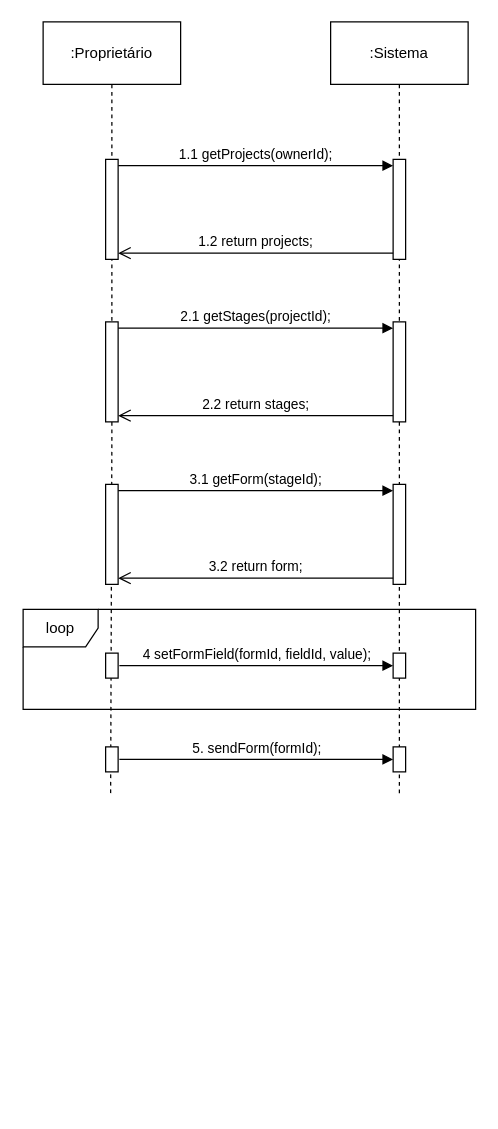
Above: Trabalho final/5 - DSS/3 - Responder formulário.drawio in ViniciusKurek/CalculadoraAPS (draw.io), before the change. Source tidied: cells renumbered, new cells numbered last; positions are measured from the earlier drawing's top-left corner, leaving out a move shared by most shapes. Both pictures are drawn from the tidied source at 125%, with x=0, y=0 at pixel (22, 21).
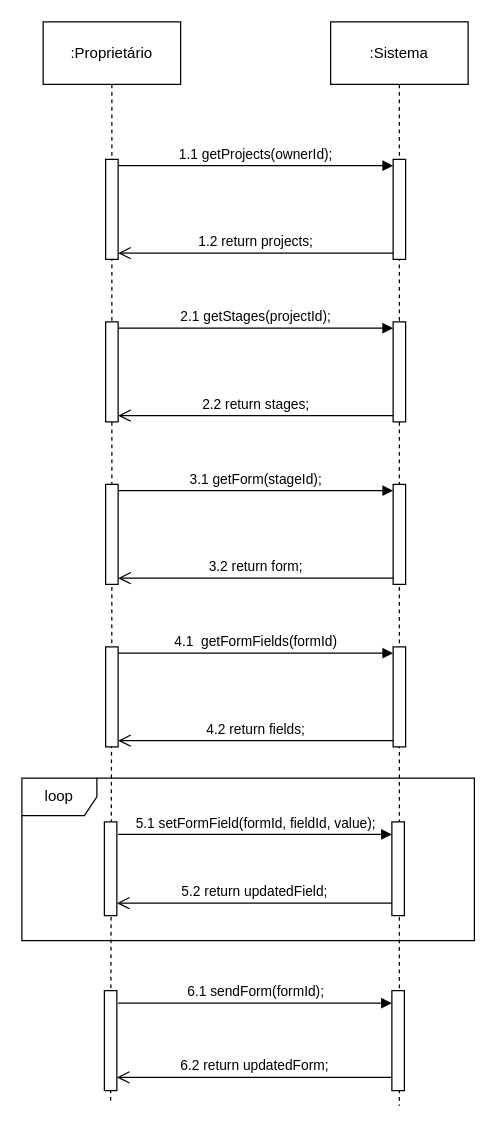
After the change.

Unchanged cells that the change refers to:
```xml
<mxCell id="3" value=":Proprietário" style="html=1;whiteSpace=wrap;" parent="1" vertex="1">
  <mxGeometry x="16" width="110" height="50" as="geometry" />
</mxCell>
<mxCell id="5" value=":Sistema" style="html=1;whiteSpace=wrap;" parent="1" vertex="1">
  <mxGeometry x="246" width="110" height="50" as="geometry" />
</mxCell>
```

What changed in the source:
```diff
@@
     <mxCell id="2" style="edgeStyle=orthogonalEdgeStyle;rounded=0;jettySize=auto;html=1;endArrow=none;endFill=0;dashed=1;" parent="1" edge="1" source="3">
       <mxGeometry relative="1" as="geometry">
-        <mxPoint x="70" y="620" as="targetPoint" />
+        <mxPoint x="70" y="865" as="targetPoint" />
       </mxGeometry>
     </mxCell>
@@
     <mxCell id="4" style="edgeStyle=orthogonalEdgeStyle;rounded=0;jettySize=auto;html=1;dashed=1;endArrow=none;endFill=0;" parent="1" edge="1" source="5">
       <mxGeometry relative="1" as="geometry">
-        <mxPoint x="301" y="620" as="targetPoint" />
+        <mxPoint x="301" y="867" as="targetPoint" />
       </mxGeometry>
     </mxCell>
@@
     <mxCell id="18" style="html=1;points=[[0,0,0,0,5],[0,1,0,0,-5],[1,0,0,0,5],[1,1,0,0,-5]];perimeter=orthogonalPerimeter;outlineConnect=0;targetShapes=umlLifeline;portConstraint=eastwest;newEdgeStyle={&quot;curved&quot;:0,&quot;rounded&quot;:0};" parent="1" vertex="1">
-      <mxGeometry x="296" y="505" width="10" height="20" as="geometry" />
+      <mxGeometry x="295" y="640" width="10" height="75" as="geometry" />
     </mxCell>
-    <mxCell id="19" value="4 setFormField(formId, fieldId, value);" style="html=1;verticalAlign=bottom;endArrow=block;curved=0;rounded=0;" parent="1" edge="1" target="18">
+    <mxCell id="19" value="5.1 setFormField(formId, fieldId, value);" style="html=1;verticalAlign=bottom;endArrow=block;curved=0;rounded=0;" parent="1" edge="1" target="18">
       <mxGeometry relative="1" as="geometry">
-        <mxPoint x="77" y="515" as="sourcePoint" />
+        <mxPoint x="76" y="650" as="sourcePoint" />
       </mxGeometry>
     </mxCell>
     <mxCell id="20" style="html=1;perimeter=orthogonalPerimeter;targetShapes=umlLifeline;newEdgeStyle={&quot;curved&quot;:0,&quot;rounded&quot;:0};" parent="1" vertex="1">
-      <mxGeometry x="66" y="505" width="10" height="20" as="geometry" />
+      <mxGeometry x="65" y="640" width="10" height="75" as="geometry" />
     </mxCell>
     <mxCell id="21" value="loop" style="shape=umlFrame;whiteSpace=wrap;html=1;" parent="1" vertex="1">
-      <mxGeometry y="470" width="362" height="80" as="geometry" />
+      <mxGeometry x="-1" y="605" width="362" height="130" as="geometry" />
     </mxCell>
     <mxCell id="22" style="html=1;points=[[0,0,0,0,5],[0,1,0,0,-5],[1,0,0,0,5],[1,1,0,0,-5]];perimeter=orthogonalPerimeter;outlineConnect=0;targetShapes=umlLifeline;portConstraint=eastwest;newEdgeStyle={&quot;curved&quot;:0,&quot;rounded&quot;:0};" parent="1" vertex="1">
-      <mxGeometry x="296" y="580" width="10" height="20" as="geometry" />
+      <mxGeometry x="295" y="775" width="10" height="80" as="geometry" />
     </mxCell>
-    <mxCell id="23" value="5. sendForm(formId);" style="html=1;verticalAlign=bottom;endArrow=block;curved=0;rounded=0;" parent="1" edge="1" target="22">
+    <mxCell id="23" value="6.1 sendForm(formId);" style="html=1;verticalAlign=bottom;endArrow=block;curved=0;rounded=0;" parent="1" edge="1" target="22">
       <mxGeometry relative="1" as="geometry">
-        <mxPoint x="77" y="590" as="sourcePoint" />
+        <mxPoint x="76" y="785" as="sourcePoint" />
       </mxGeometry>
     </mxCell>
     <mxCell id="24" style="html=1;perimeter=orthogonalPerimeter;targetShapes=umlLifeline;newEdgeStyle={&quot;curved&quot;:0,&quot;rounded&quot;:0};" parent="1" vertex="1">
-      <mxGeometry x="66" y="580" width="10" height="20" as="geometry" />
+      <mxGeometry x="65" y="775" width="10" height="80" as="geometry" />
     </mxCell>
+    <mxCell id="25" style="html=1;points=[[0,0,0,0,5],[0,1,0,0,-5],[1,0,0,0,5],[1,1,0,0,-5]];perimeter=orthogonalPerimeter;outlineConnect=0;targetShapes=umlLifeline;portConstraint=eastwest;newEdgeStyle={&quot;curved&quot;:0,&quot;rounded&quot;:0};" parent="1" vertex="1">
+      <mxGeometry x="296" y="500" width="10" height="80" as="geometry" />
+    </mxCell>
+    <mxCell id="26" value="4.1&amp;nbsp; getFormFields(formId)" style="html=1;verticalAlign=bottom;endArrow=block;curved=0;rounded=0;entryX=0;entryY=0;entryDx=0;entryDy=5;exitX=1;exitY=0;exitDx=0;exitDy=5;exitPerimeter=0;" parent="1" edge="1" source="28" target="25">
+      <mxGeometry relative="1" as="geometry" />
+    </mxCell>
+    <mxCell id="27" value="4.2 return fields;" style="html=1;verticalAlign=bottom;endArrow=open;endSize=8;curved=0;rounded=0;exitX=0;exitY=1;exitDx=0;exitDy=-5;entryX=1;entryY=1;entryDx=0;entryDy=-5;entryPerimeter=0;" parent="1" edge="1" source="25" target="28">
+      <mxGeometry relative="1" as="geometry" />
+    </mxCell>
+    <mxCell id="28" style="html=1;points=[[0,0,0,0,5],[0,1,0,0,-5],[1,0,0,0,5],[1,1,0,0,-5]];perimeter=orthogonalPerimeter;outlineConnect=0;targetShapes=umlLifeline;portConstraint=eastwest;newEdgeStyle={&quot;curved&quot;:0,&quot;rounded&quot;:0};" parent="1" vertex="1">
+      <mxGeometry x="66" y="500" width="10" height="80" as="geometry" />
+    </mxCell>
+    <mxCell id="29" value="5.2 return updatedField;" style="html=1;verticalAlign=bottom;endArrow=open;endSize=8;curved=0;rounded=0;exitX=0;exitY=1;exitDx=0;exitDy=-5;entryX=1;entryY=1;entryDx=0;entryDy=-5;entryPerimeter=0;" parent="1" edge="1">
+      <mxGeometry relative="1" as="geometry">
+        <mxPoint x="295" y="705" as="sourcePoint" />
+        <mxPoint x="75" y="705" as="targetPoint" />
+      </mxGeometry>
+    </mxCell>
+    <mxCell id="30" value="6.2 return updatedForm;" style="html=1;verticalAlign=bottom;endArrow=open;endSize=8;curved=0;rounded=0;exitX=0;exitY=1;exitDx=0;exitDy=-5;entryX=1;entryY=1;entryDx=0;entryDy=-5;entryPerimeter=0;" parent="1" edge="1">
+      <mxGeometry relative="1" as="geometry">
+        <mxPoint x="295" y="844.4" as="sourcePoint" />
+        <mxPoint x="75" y="844.4" as="targetPoint" />
+      </mxGeometry>
+    </mxCell>
```
